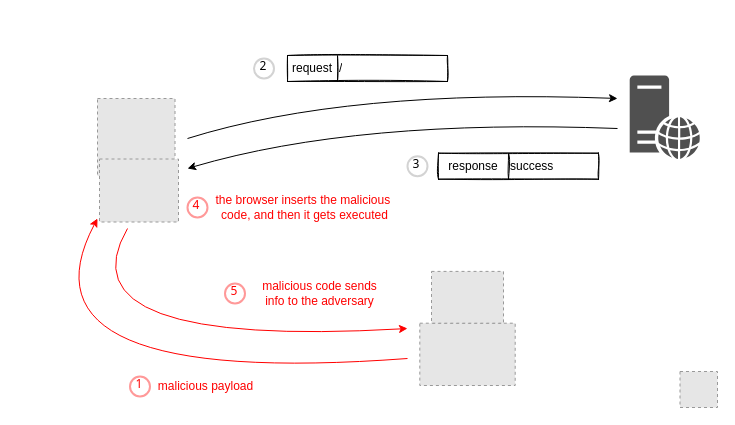
This is content/dom-based-cross-site-scripting.drawio from qeeqbox/dom-based-cross-site-scripting, a draw.io file, before an edit. Source tidied: cells renumbered, new cells numbered last; positions are measured from the earlier drawing's top-left corner, leaving out a move shared by most shapes. Both pictures are drawn from the tidied source at 100%, with x=0, y=0 at pixel (7, 17). Pictures stored in the file or linked from it are replaced by grey dashed boxes.
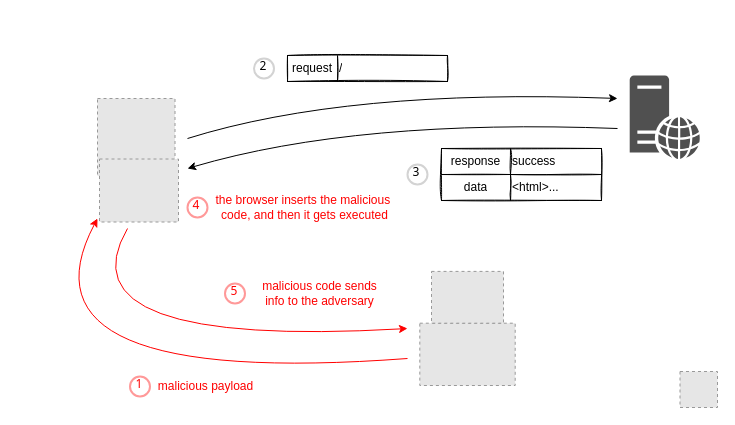
The same diagram, later.

Unchanged cells that the change refers to:
```xml
<mxCell id="28" style="shape=tableRow;horizontal=0;startSize=0;swimlaneHead=0;swimlaneBody=0;top=0;left=0;bottom=0;right=0;fillColor=none;" parent="27" vertex="1">
  <mxGeometry width="160" height="26" as="geometry" />
</mxCell>
```

Change to the diagram source:
```diff
@@
     <mxCell id="26" value="3" style="ellipse;whiteSpace=wrap;html=1;strokeWidth=2;fontFamily=Tahoma;spacingBottom=4;spacingRight=2;strokeColor=#d3d3d3;" parent="1" vertex="1">
-      <mxGeometry x="400" y="138.7" width="20" height="20" as="geometry" />
+      <mxGeometry x="400" y="147" width="20" height="20" as="geometry" />
     </mxCell>
     <mxCell id="27" style="shape=table;html=1;whiteSpace=wrap;startSize=0;childLayout=tableLayout;align=left;rounded=0;shadow=0;sketch=1;arcSize=0;" parent="1" vertex="1">
-      <mxGeometry x="431" y="135.7" width="160" height="26" as="geometry" />
+      <mxGeometry x="434" y="131" width="160" height="52" as="geometry" />
     </mxCell>
@@
     <mxCell id="29" value="response" style="shape=partialRectangle;html=1;whiteSpace=wrap;fillColor=none;top=0;left=0;bottom=0;right=0;overflow=hidden;" parent="28" vertex="1">
-      <mxGeometry width="70" height="26" as="geometry" />
+      <mxGeometry width="69" height="26" as="geometry" />
     </mxCell>
     <mxCell id="30" value="&lt;span style=&quot;text-align: center;&quot;&gt;success&lt;/span&gt;" style="shape=partialRectangle;html=1;whiteSpace=wrap;fillColor=none;top=0;left=0;bottom=0;right=0;overflow=hidden;align=left;" parent="28" vertex="1">
-      <mxGeometry x="70" width="90" height="26" as="geometry" />
+      <mxGeometry x="69" width="91" height="26" as="geometry" />
     </mxCell>
+    <mxCell id="31" style="shape=tableRow;horizontal=0;startSize=0;swimlaneHead=0;swimlaneBody=0;top=0;left=0;bottom=0;right=0;fillColor=none;" parent="27" vertex="1">
+      <mxGeometry y="26" width="160" height="26" as="geometry" />
+    </mxCell>
+    <mxCell id="32" value="data" style="shape=partialRectangle;html=1;whiteSpace=wrap;fillColor=none;top=0;left=0;bottom=0;right=0;overflow=hidden;" parent="31" vertex="1">
+      <mxGeometry width="69" height="26" as="geometry" />
+    </mxCell>
+    <mxCell id="33" value="&amp;lt;html&amp;gt;..." style="shape=partialRectangle;html=1;whiteSpace=wrap;fillColor=none;top=0;left=0;bottom=0;right=0;overflow=hidden;align=left;" parent="31" vertex="1">
+      <mxGeometry x="69" width="91" height="26" as="geometry" />
+    </mxCell>
```
